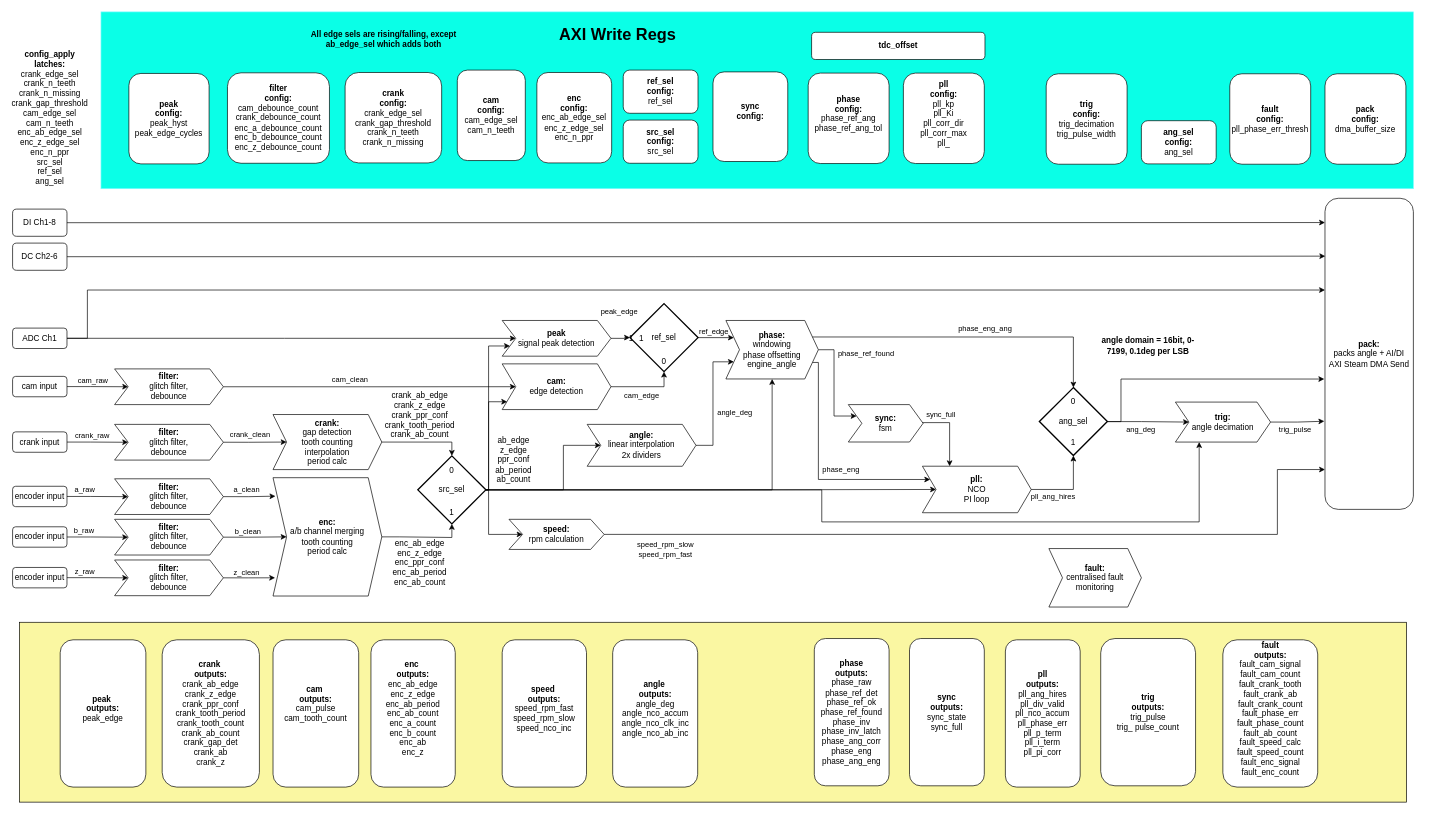
Earlier version of the draw.io diagram docs/System Diagram.drawio (eddnshoulders/Angus). Source tidied: cells renumbered, new cells numbered last; positions are measured from the earlier drawing's top-left corner, leaving out a move shared by most shapes. Both pictures are drawn from the tidied source at 68%, with x=0, y=0 at pixel (12, 12).
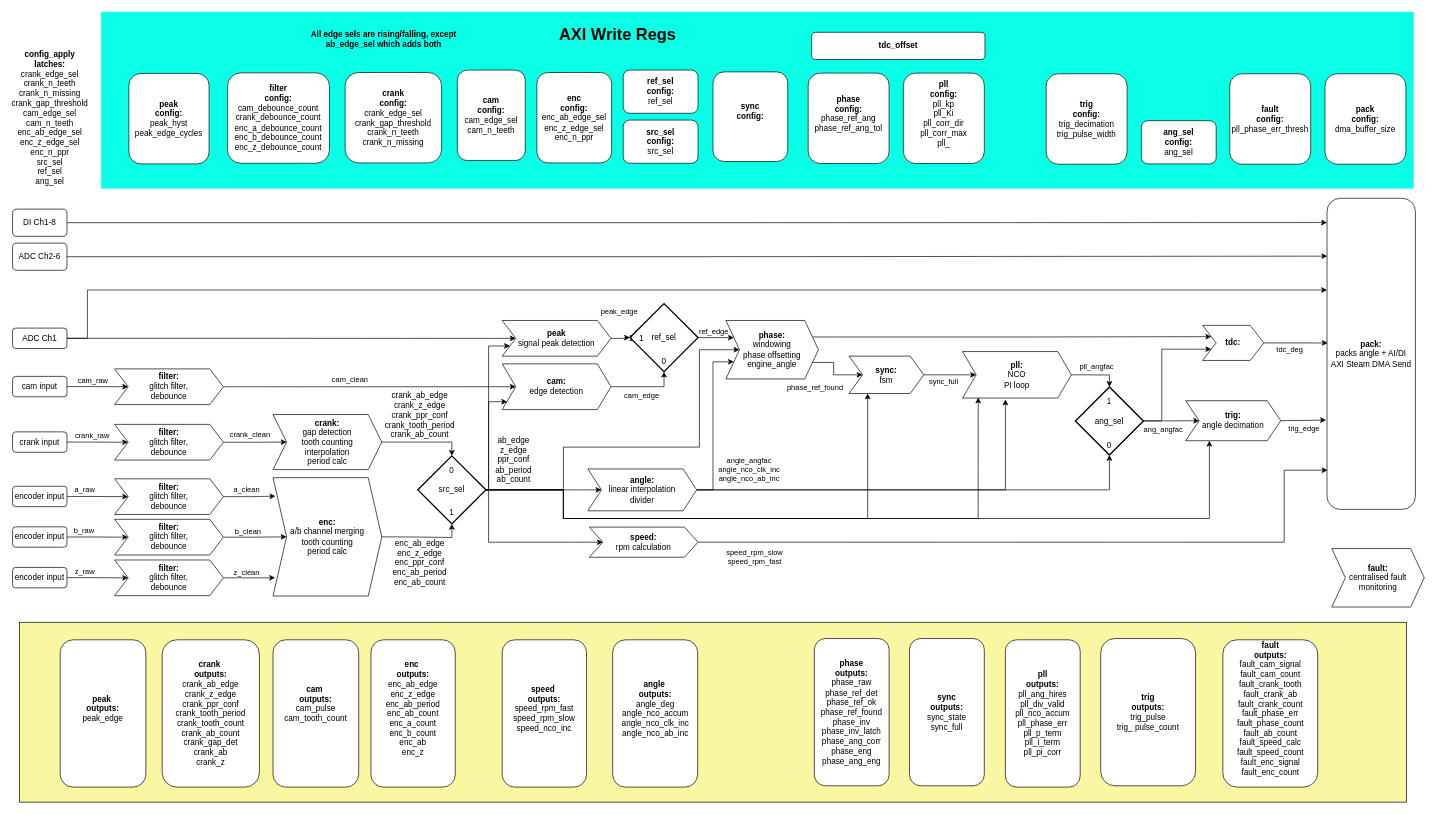
The same diagram, later.

Unchanged cells that the change refers to:
```xml
<mxCell id="22" value="&lt;div&gt;&lt;b&gt;phase:&lt;/b&gt;&lt;/div&gt;&lt;div&gt;windowing&lt;br&gt;phase offsetting&lt;/div&gt;&lt;div&gt;engine_angle&lt;/div&gt;" style="shape=step;perimeter=stepPerimeter;whiteSpace=wrap;html=1;fixedSize=1;" parent="1" vertex="1">
  <mxGeometry x="1049" y="453.8" width="136" height="86" as="geometry" />
</mxCell>
<mxCell id="26" value="&lt;b&gt;peak&lt;/b&gt;&lt;div&gt;signal peak detection&lt;/div&gt;" style="shape=step;perimeter=stepPerimeter;whiteSpace=wrap;html=1;fixedSize=1;" parent="1" vertex="1">
  <mxGeometry x="720" y="453.8" width="160" height="52.5" as="geometry" />
</mxCell>
<mxCell id="93" value="src_sel" style="strokeWidth=2;html=1;shape=mxgraph.flowchart.decision;whiteSpace=wrap;" parent="1" vertex="1">
  <mxGeometry x="596" y="652.9" width="100" height="100" as="geometry" />
</mxCell>
<mxCell id="106" style="edgeStyle=orthogonalEdgeStyle;rounded=0;jettySize=auto;html=1;exitX=1;exitY=0.5;exitDx=0;exitDy=0;exitPerimeter=0;entryX=0;entryY=0.5;entryDx=0;entryDy=0;" parent="1" edge="1" source="108" target="63">
  <mxGeometry relative="1" as="geometry" />
</mxCell>
```

Diff of the diagram source:
```diff
@@
-    <mxCell id="18" style="edgeStyle=orthogonalEdgeStyle;rounded=0;jettySize=auto;html=1;exitX=1;exitY=0.5;exitDx=0;exitDy=0;entryX=0;entryY=0.25;entryDx=0;entryDy=0;" parent="1" edge="1" source="22" target="75">
-      <mxGeometry relative="1" as="geometry">
-        <Array as="points">
-          <mxPoint x="1208" y="497" />
-          <mxPoint x="1208" y="594" />
-        </Array>
-      </mxGeometry>
+    <mxCell id="18" style="edgeStyle=orthogonalEdgeStyle;rounded=0;jettySize=auto;html=1;exitX=1;exitY=0.75;exitDx=0;exitDy=0;entryX=0;entryY=0.5;entryDx=0;entryDy=0;" parent="1" edge="1" source="22" target="75">
+      <mxGeometry relative="1" as="geometry" />
     </mxCell>
-    <mxCell id="19" value="&lt;div&gt;phase_ref_found&lt;/div&gt;&lt;div&gt;&lt;br&gt;&lt;/div&gt;" style="edgeLabel;html=1;align=center;verticalAlign=middle;" parent="18" vertex="1">
-      <mxGeometry x="-0.38" y="3" relative="1" as="geometry">
-        <mxPoint x="43" y="-12" as="offset" />
+    <mxCell id="19" value="phase_ref_found" style="edgeLabel;html=1;align=center;verticalAlign=middle;" parent="18" vertex="1">
+      <mxGeometry relative="1" as="geometry">
+        <mxPoint x="-28" y="21" as="offset" />
       </mxGeometry>
     </mxCell>
-    <mxCell id="20" style="edgeStyle=orthogonalEdgeStyle;rounded=0;jettySize=auto;html=1;exitX=1;exitY=0.75;exitDx=0;exitDy=0;entryX=0;entryY=0.25;entryDx=0;entryDy=0;" parent="1" edge="1" source="22" target="62">
-      <mxGeometry relative="1" as="geometry">
-        <Array as="points">
-          <mxPoint x="1185" y="688" />
-        </Array>
-      </mxGeometry>
-    </mxCell>
-    <mxCell id="21" value="phase_eng" style="edgeLabel;html=1;align=center;verticalAlign=middle;" parent="20" vertex="1">
-      <mxGeometry x="-0.25" relative="1" as="geometry">
-        <mxPoint x="32" y="37" as="offset" />
-      </mxGeometry>
-    </mxCell>
+    <mxCell id="130" style="edgeStyle=orthogonalEdgeStyle;rounded=0;jettySize=auto;html=1;exitX=1;exitY=0.25;exitDx=0;exitDy=0;entryX=0;entryY=0.25;entryDx=0;entryDy=0;" parent="1" edge="1" source="22" target="135">
+      <mxGeometry relative="1" as="geometry" />
+    </mxCell>
@@
     <mxCell id="59" style="edgeStyle=orthogonalEdgeStyle;rounded=0;jettySize=auto;html=1;exitX=1;exitY=0.5;exitDx=0;exitDy=0;entryX=0;entryY=0.75;entryDx=0;entryDy=0;" parent="1" edge="1" source="61" target="22">
       <mxGeometry relative="1" as="geometry">
         <Array as="points">
-          <mxPoint x="1030" y="637" />
-          <mxPoint x="1030" y="514" />
+          <mxPoint x="1030" y="703" />
+          <mxPoint x="1030" y="515" />
         </Array>
       </mxGeometry>
     </mxCell>
-    <mxCell id="60" value="angle_deg" style="edgeLabel;html=1;align=center;verticalAlign=middle;" parent="59" vertex="1">
+    <mxCell id="60" value="angle_angfac&lt;br&gt;angle_nco_clk_inc&lt;div&gt;angle_nco_ab_inc&lt;/div&gt;" style="edgeLabel;html=1;align=center;verticalAlign=middle;" parent="59" vertex="1">
       <mxGeometry x="-0.09" relative="1" as="geometry">
-        <mxPoint x="31" y="7" as="offset" />
+        <mxPoint x="52" y="57" as="offset" />
       </mxGeometry>
     </mxCell>
-    <mxCell id="61" value="&lt;b&gt;angle:&lt;/b&gt;&lt;br&gt;linear interpolation&lt;div&gt;2x dividers&lt;/div&gt;" style="shape=step;perimeter=stepPerimeter;whiteSpace=wrap;html=1;fixedSize=1;" parent="1" vertex="1">
-      <mxGeometry x="845" y="606.6" width="160" height="61.6" as="geometry" />
+    <mxCell id="61" value="&lt;b&gt;angle:&lt;/b&gt;&lt;br&gt;linear interpolation&lt;div&gt;divider&lt;/div&gt;" style="shape=step;perimeter=stepPerimeter;whiteSpace=wrap;html=1;fixedSize=1;" parent="1" vertex="1">
+      <mxGeometry x="846" y="672.1" width="160" height="61.6" as="geometry" />
     </mxCell>
     <mxCell id="62" value="&lt;b&gt;pll:&lt;/b&gt;&lt;br&gt;&lt;div&gt;NCO&lt;div&gt;PI loop&lt;/div&gt;&lt;/div&gt;" style="shape=step;perimeter=stepPerimeter;whiteSpace=wrap;html=1;fixedSize=1;" parent="1" vertex="1">
-      <mxGeometry x="1338" y="668.1" width="160" height="68.4" as="geometry" />
+      <mxGeometry x="1397" y="499.5" width="160" height="68.4" as="geometry" />
     </mxCell>
     <mxCell id="63" value="&lt;b&gt;trig:&lt;br&gt;&lt;/b&gt;&lt;div&gt;angle decimation&lt;/div&gt;" style="shape=step;perimeter=stepPerimeter;whiteSpace=wrap;html=1;fixedSize=1;" parent="1" vertex="1">
-      <mxGeometry x="1710" y="573.8" width="140" height="58.8" as="geometry" />
+      <mxGeometry x="1725" y="571.8" width="140" height="58.8" as="geometry" />
     </mxCell>
-    <mxCell id="64" value="DC Ch2-6" style="rounded=1;whiteSpace=wrap;html=1;" parent="1" vertex="1">
+    <mxCell id="64" value="ADC Ch2-6" style="rounded=1;whiteSpace=wrap;html=1;" parent="1" vertex="1">
       <mxGeometry y="340" width="80" height="40" as="geometry" />
     </mxCell>
@@
     <mxCell id="66" value="&lt;b&gt;pack:&lt;/b&gt;&lt;div&gt;packs angle + AI/DI&lt;/div&gt;&lt;div&gt;AXI Steam DMA Send&lt;/div&gt;" style="rounded=1;whiteSpace=wrap;html=1;" parent="1" vertex="1">
-      <mxGeometry x="1930" y="274.1" width="130" height="457.5" as="geometry" />
+      <mxGeometry x="1933" y="274.1" width="130" height="457.5" as="geometry" />
     </mxCell>
@@
-    <mxCell id="68" style="edgeStyle=orthogonalEdgeStyle;rounded=0;jettySize=auto;html=1;exitX=1;exitY=0.5;exitDx=0;exitDy=0;" parent="1" edge="1" source="63">
+    <mxCell id="68" style="edgeStyle=orthogonalEdgeStyle;rounded=0;jettySize=auto;html=1;exitX=1;exitY=0.5;exitDx=0;exitDy=0;entryX=-0.011;entryY=0.713;entryDx=0;entryDy=0;entryPerimeter=0;" parent="1" edge="1" source="63" target="66">
       <mxGeometry relative="1" as="geometry">
-        <mxPoint x="1929" y="602" as="targetPoint" />
+        <Array as="points">
+          <mxPoint x="1865" y="600" />
+          <mxPoint x="1932" y="600" />
+        </Array>
       </mxGeometry>
     </mxCell>
-    <mxCell id="69" value="trig_pulse" style="edgeLabel;html=1;align=center;verticalAlign=middle;" parent="68" vertex="1">
+    <mxCell id="69" value="trig_edge" style="edgeLabel;html=1;align=center;verticalAlign=middle;" parent="68" vertex="1">
       <mxGeometry x="-0.25" y="-1" relative="1" as="geometry">
-        <mxPoint x="5" y="10" as="offset" />
+        <mxPoint x="9" y="11" as="offset" />
       </mxGeometry>
     </mxCell>
-    <mxCell id="70" style="edgeStyle=orthogonalEdgeStyle;rounded=0;jettySize=auto;html=1;exitX=1;exitY=0.5;exitDx=0;exitDy=0;entryX=0.5;entryY=1;entryDx=0;entryDy=0;entryPerimeter=0;" parent="1" edge="1" source="62" target="108">
-      <mxGeometry relative="1" as="geometry">
-        <Array as="points">
-          <mxPoint x="1560" y="702" />
-        </Array>
-      </mxGeometry>
-    </mxCell>
-    <mxCell id="71" value="pll_ang_hires" style="edgeLabel;html=1;align=center;verticalAlign=middle;" parent="70" vertex="1">
-      <mxGeometry x="-0.1" y="1" relative="1" as="geometry">
-        <mxPoint x="-19" y="11" as="offset" />
-      </mxGeometry>
-    </mxCell>
@@
-    <mxCell id="73" style="edgeStyle=orthogonalEdgeStyle;rounded=0;jettySize=auto;html=1;exitX=1;exitY=0.5;exitDx=0;exitDy=0;entryX=0.25;entryY=0;entryDx=0;entryDy=0;" parent="1" edge="1" source="75" target="62">
-      <mxGeometry relative="1" as="geometry">
-        <Array as="points">
-          <mxPoint x="1308" y="604" />
-          <mxPoint x="1378" y="604" />
-        </Array>
-      </mxGeometry>
+    <mxCell id="73" style="edgeStyle=orthogonalEdgeStyle;rounded=0;jettySize=auto;html=1;exitX=1;exitY=0.5;exitDx=0;exitDy=0;" parent="1" edge="1" source="75" target="62">
+      <mxGeometry relative="1" as="geometry" />
     </mxCell>
-    <mxCell id="74" value="sync_full" style="edgeLabel;html=1;align=center;verticalAlign=middle;" parent="73" vertex="1">
-      <mxGeometry x="-0.07" y="-1" relative="1" as="geometry">
-        <mxPoint x="11" y="-14" as="offset" />
+    <mxCell id="74" value="&lt;span style=&quot;background-color: rgb(251, 251, 251);&quot;&gt;sync_full&lt;/span&gt;" style="edgeLabel;html=1;align=center;verticalAlign=middle;" parent="73" vertex="1">
+      <mxGeometry x="-0.57" y="2" relative="1" as="geometry">
+        <mxPoint x="11" y="12" as="offset" />
       </mxGeometry>
     </mxCell>
     <mxCell id="75" value="&lt;b&gt;sync:&lt;/b&gt;&lt;br&gt;fsm" style="shape=step;perimeter=stepPerimeter;whiteSpace=wrap;html=1;fixedSize=1;" parent="1" vertex="1">
-      <mxGeometry x="1229" y="577.5" width="110" height="55" as="geometry" />
+      <mxGeometry x="1230" y="506.2" width="110" height="55" as="geometry" />
     </mxCell>
@@
+    <mxCell id="89" style="edgeStyle=orthogonalEdgeStyle;rounded=0;jettySize=auto;html=1;exitX=1;exitY=0.5;exitDx=0;exitDy=0;exitPerimeter=0;entryX=0;entryY=0.5;entryDx=0;entryDy=0;" parent="1" edge="1" source="93" target="61">
+      <mxGeometry relative="1" as="geometry">
+        <Array as="points">
+          <mxPoint x="840" y="703" />
+          <mxPoint x="840" y="703" />
+        </Array>
+      </mxGeometry>
+    </mxCell>
+    <mxCell id="92" style="edgeStyle=orthogonalEdgeStyle;rounded=0;jettySize=auto;html=1;exitX=1;exitY=0.5;exitDx=0;exitDy=0;exitPerimeter=0;entryX=0;entryY=0.75;entryDx=0;entryDy=0;" parent="1" edge="1" source="93" target="26">
+      <mxGeometry relative="1" as="geometry">
+        <Array as="points">
+          <mxPoint x="700" y="703" />
+          <mxPoint x="700" y="491" />
+        </Array>
+      </mxGeometry>
+    </mxCell>
+    <mxCell id="90" style="edgeStyle=orthogonalEdgeStyle;rounded=0;jettySize=auto;html=1;exitX=1;exitY=0.5;exitDx=0;exitDy=0;exitPerimeter=0;entryX=0;entryY=0.5;entryDx=0;entryDy=0;" parent="1" edge="1" source="93" target="22">
+      <mxGeometry relative="1" as="geometry">
+        <Array as="points">
+          <mxPoint x="810" y="703" />
+          <mxPoint x="810" y="640" />
+          <mxPoint x="1010" y="640" />
+          <mxPoint x="1010" y="497" />
+        </Array>
+      </mxGeometry>
+    </mxCell>
-    <mxCell id="88" style="edgeStyle=orthogonalEdgeStyle;rounded=0;jettySize=auto;html=1;exitX=1;exitY=0.5;exitDx=0;exitDy=0;exitPerimeter=0;entryX=0;entryY=0.5;entryDx=0;entryDy=0;" parent="1" edge="1" source="93" target="62">
-      <mxGeometry relative="1" as="geometry" />
+    <mxCell id="88" style="edgeStyle=orthogonalEdgeStyle;rounded=0;jettySize=auto;html=1;exitX=1;exitY=0.5;exitDx=0;exitDy=0;exitPerimeter=0;entryX=0.144;entryY=0.987;entryDx=0;entryDy=0;entryPerimeter=0;" parent="1" edge="1" source="93" target="62">
+      <mxGeometry relative="1" as="geometry">
+        <Array as="points">
+          <mxPoint x="810" y="703" />
+          <mxPoint x="810" y="745" />
+          <mxPoint x="1420" y="745" />
+        </Array>
+      </mxGeometry>
     </mxCell>
-    <mxCell id="89" style="edgeStyle=orthogonalEdgeStyle;rounded=0;jettySize=auto;html=1;exitX=1;exitY=0.5;exitDx=0;exitDy=0;exitPerimeter=0;entryX=0;entryY=0.5;entryDx=0;entryDy=0;" parent="1" edge="1" source="93" target="61">
-      <mxGeometry relative="1" as="geometry">
-        <Array as="points">
-          <mxPoint x="810" y="703" />
-          <mxPoint x="810" y="637" />
-        </Array>
-      </mxGeometry>
-    </mxCell>
-    <mxCell id="90" style="edgeStyle=orthogonalEdgeStyle;rounded=0;jettySize=auto;html=1;exitX=1;exitY=0.5;exitDx=0;exitDy=0;exitPerimeter=0;entryX=0.5;entryY=1;entryDx=0;entryDy=0;" parent="1" edge="1" source="93" target="22">
-      <mxGeometry relative="1" as="geometry" />
-    </mxCell>
+    <mxCell id="131" style="edgeStyle=orthogonalEdgeStyle;rounded=0;jettySize=auto;html=1;exitX=1;exitY=0.5;exitDx=0;exitDy=0;exitPerimeter=0;entryX=0.25;entryY=1;entryDx=0;entryDy=0;" parent="1" edge="1" source="93" target="75">
+      <mxGeometry relative="1" as="geometry">
+        <Array as="points">
+          <mxPoint x="810" y="703" />
+          <mxPoint x="810" y="745" />
+          <mxPoint x="1258" y="745" />
+        </Array>
+      </mxGeometry>
+    </mxCell>
     <mxCell id="91" style="edgeStyle=orthogonalEdgeStyle;rounded=0;jettySize=auto;html=1;exitX=1;exitY=0.5;exitDx=0;exitDy=0;exitPerimeter=0;entryX=0.25;entryY=1;entryDx=0;entryDy=0;" parent="1" edge="1" source="93" target="63">
       <mxGeometry relative="1" as="geometry">
         <Array as="points">
-          <mxPoint x="1190" y="703" />
-          <mxPoint x="1190" y="750" />
-          <mxPoint x="1745" y="750" />
+          <mxPoint x="810" y="703" />
+          <mxPoint x="810" y="745" />
+          <mxPoint x="1760" y="745" />
         </Array>
       </mxGeometry>
     </mxCell>
-    <mxCell id="92" style="edgeStyle=orthogonalEdgeStyle;rounded=0;jettySize=auto;html=1;exitX=1;exitY=0.5;exitDx=0;exitDy=0;exitPerimeter=0;entryX=0;entryY=0.75;entryDx=0;entryDy=0;" parent="1" edge="1" source="93" target="26">
-      <mxGeometry relative="1" as="geometry">
-        <Array as="points">
-          <mxPoint x="700" y="703" />
-          <mxPoint x="700" y="491" />
-        </Array>
-      </mxGeometry>
-    </mxCell>
@@
     <mxCell id="104" value="&lt;b&gt;speed:&lt;/b&gt;&lt;br&gt;rpm calculation" style="shape=step;perimeter=stepPerimeter;whiteSpace=wrap;html=1;fixedSize=1;" parent="1" vertex="1">
-      <mxGeometry x="730" y="746.2" width="140" height="44.3" as="geometry" />
+      <mxGeometry x="848" y="757.7" width="160" height="44.3" as="geometry" />
     </mxCell>
     <mxCell id="105" style="edgeStyle=orthogonalEdgeStyle;rounded=0;jettySize=auto;html=1;exitX=1;exitY=0.5;exitDx=0;exitDy=0;exitPerimeter=0;entryX=0;entryY=0.5;entryDx=0;entryDy=0;" parent="1" edge="1" source="93" target="104">
       <mxGeometry relative="1" as="geometry">
         <Array as="points">
           <mxPoint x="700" y="703" />
-          <mxPoint x="700" y="769" />
+          <mxPoint x="700" y="780" />
         </Array>
       </mxGeometry>
     </mxCell>
@@
-    <mxCell id="107" value="ang_deg" style="edgeLabel;html=1;align=center;verticalAlign=middle;" parent="106" vertex="1">
+    <mxCell id="107" value="ang_angfac" style="edgeLabel;html=1;align=center;verticalAlign=middle;" parent="106" vertex="1">
       <mxGeometry x="-0.48" relative="1" as="geometry">
-        <mxPoint x="17" y="12" as="offset" />
+        <mxPoint x="7" y="13" as="offset" />
       </mxGeometry>
     </mxCell>
+    <mxCell id="132" style="edgeStyle=orthogonalEdgeStyle;rounded=0;jettySize=auto;html=1;exitX=1;exitY=0.5;exitDx=0;exitDy=0;exitPerimeter=0;entryX=0;entryY=0.75;entryDx=0;entryDy=0;" parent="1" edge="1" source="108" target="135">
+      <mxGeometry relative="1" as="geometry">
+        <Array as="points">
+          <mxPoint x="1690" y="602" />
+          <mxPoint x="1690" y="496" />
+        </Array>
+      </mxGeometry>
+    </mxCell>
     <mxCell id="108" value="ang_sel" style="strokeWidth=2;html=1;shape=mxgraph.flowchart.decision;whiteSpace=wrap;" parent="1" vertex="1">
-      <mxGeometry x="1510" y="552.5" width="100" height="100" as="geometry" />
+      <mxGeometry x="1563" y="551.5" width="100" height="100" as="geometry" />
     </mxCell>
-    <mxCell id="109" style="edgeStyle=orthogonalEdgeStyle;rounded=0;jettySize=auto;html=1;exitX=1;exitY=0.25;exitDx=0;exitDy=0;entryX=0.5;entryY=0;entryDx=0;entryDy=0;entryPerimeter=0;" parent="1" edge="1" source="22" target="108">
-      <mxGeometry relative="1" as="geometry" />
-    </mxCell>
-    <mxCell id="110" value="phase_eng_ang" style="edgeLabel;html=1;align=center;verticalAlign=middle;" parent="109" vertex="1">
-      <mxGeometry x="0.04" y="1" relative="1" as="geometry">
-        <mxPoint x="15" y="-12" as="offset" />
-      </mxGeometry>
-    </mxCell>
-    <mxCell id="111" value="&lt;b&gt;angle domain = 16bit, 0-7199, 0.1deg per LSB&lt;/b&gt;" style="text;html=1;align=center;verticalAlign=middle;whiteSpace=wrap;rounded=0;" parent="1" vertex="1">
-      <mxGeometry x="1590" y="476.2" width="160" height="30" as="geometry" />
-    </mxCell>
@@
-    <mxCell id="113" style="edgeStyle=orthogonalEdgeStyle;rounded=0;jettySize=auto;html=1;exitX=1;exitY=0.5;exitDx=0;exitDy=0;exitPerimeter=0;entryX=-0.008;entryY=0.581;entryDx=0;entryDy=0;entryPerimeter=0;" parent="1" edge="1" source="108" target="66">
-      <mxGeometry relative="1" as="geometry">
-        <Array as="points">
-          <mxPoint x="1630" y="603" />
-          <mxPoint x="1630" y="540" />
-        </Array>
-      </mxGeometry>
-    </mxCell>
-    <mxCell id="114" style="edgeStyle=orthogonalEdgeStyle;rounded=0;jettySize=auto;html=1;exitX=1;exitY=0.5;exitDx=0;exitDy=0;" parent="1" edge="1" source="104">
+    <mxCell id="114" style="edgeStyle=orthogonalEdgeStyle;rounded=0;jettySize=auto;html=1;exitX=1;exitY=0.5;exitDx=0;exitDy=0;entryX=0.006;entryY=0.874;entryDx=0;entryDy=0;entryPerimeter=0;" parent="1" edge="1" source="104" target="66">
       <mxGeometry relative="1" as="geometry">
-        <mxPoint x="1930" y="673" as="targetPoint" />
         <Array as="points">
-          <mxPoint x="1860" y="768" />
-          <mxPoint x="1860" y="673" />
+          <mxPoint x="1870" y="780" />
+          <mxPoint x="1870" y="674" />
         </Array>
       </mxGeometry>
     </mxCell>
@@
     <mxCell id="117" value="&lt;div&gt;&lt;b&gt;fault:&lt;/b&gt;&lt;/div&gt;&lt;div&gt;centralised fault monitoring&lt;/div&gt;" style="shape=step;perimeter=stepPerimeter;whiteSpace=wrap;html=1;fixedSize=1;" parent="1" vertex="1">
-      <mxGeometry x="1524" y="789.2" width="136" height="86" as="geometry" />
+      <mxGeometry x="1940" y="789.2" width="136" height="86" as="geometry" />
     </mxCell>
@@
     <mxCell id="125" value="0" style="text;html=1;align=center;verticalAlign=middle;whiteSpace=wrap;rounded=0;" parent="1" vertex="1">
-      <mxGeometry x="1550" y="562.9" width="20" height="20" as="geometry" />
+      <mxGeometry x="1603" y="627.6" width="20" height="20" as="geometry" />
     </mxCell>
     <mxCell id="126" value="1" style="text;html=1;align=center;verticalAlign=middle;whiteSpace=wrap;rounded=0;" parent="1" vertex="1">
-      <mxGeometry x="1550" y="622.6" width="20" height="20" as="geometry" />
+      <mxGeometry x="1603" y="562.5" width="20" height="20" as="geometry" />
     </mxCell>
@@
+    <mxCell id="70" style="edgeStyle=orthogonalEdgeStyle;rounded=0;jettySize=auto;html=1;exitX=1;exitY=0.5;exitDx=0;exitDy=0;entryX=0.5;entryY=0;entryDx=0;entryDy=0;entryPerimeter=0;" parent="1" edge="1" source="62" target="108">
+      <mxGeometry relative="1" as="geometry">
+        <Array as="points">
+          <mxPoint x="1577" y="534" />
+          <mxPoint x="1613" y="534" />
+        </Array>
+      </mxGeometry>
+    </mxCell>
+    <mxCell id="133" value="pll_angfac" style="edgeLabel;html=1;align=center;verticalAlign=middle;" parent="70" vertex="1">
+      <mxGeometry x="-0.05" relative="1" as="geometry">
+        <mxPoint x="2" y="-13" as="offset" />
+      </mxGeometry>
+    </mxCell>
+    <mxCell id="134" style="edgeStyle=orthogonalEdgeStyle;rounded=0;jettySize=auto;html=1;exitX=1;exitY=0.5;exitDx=0;exitDy=0;entryX=0.5;entryY=1;entryDx=0;entryDy=0;entryPerimeter=0;" parent="1" edge="1" source="61" target="108">
+      <mxGeometry relative="1" as="geometry" />
+    </mxCell>
+    <mxCell id="135" value="&lt;b&gt;tdc:&lt;/b&gt;" style="shape=step;perimeter=stepPerimeter;whiteSpace=wrap;html=1;fixedSize=1;" parent="1" vertex="1">
+      <mxGeometry x="1750" y="461" width="90" height="51.6" as="geometry" />
+    </mxCell>
+    <mxCell id="136" style="edgeStyle=orthogonalEdgeStyle;rounded=0;jettySize=auto;html=1;exitX=1;exitY=0.5;exitDx=0;exitDy=0;entryX=0.008;entryY=0.465;entryDx=0;entryDy=0;entryPerimeter=0;" parent="1" edge="1" source="135" target="66">
+      <mxGeometry relative="1" as="geometry" />
+    </mxCell>
+    <mxCell id="137" value="tdc_deg" style="edgeLabel;html=1;align=center;verticalAlign=middle;" parent="136" vertex="1">
+      <mxGeometry x="-0.19" relative="1" as="geometry">
+        <mxPoint y="10" as="offset" />
+      </mxGeometry>
+    </mxCell>
+    <mxCell id="138" style="edgeStyle=orthogonalEdgeStyle;rounded=0;jettySize=auto;html=1;exitX=1;exitY=0.5;exitDx=0;exitDy=0;entryX=0.394;entryY=1.031;entryDx=0;entryDy=0;entryPerimeter=0;" parent="1" edge="1" source="61" target="62">
+      <mxGeometry relative="1" as="geometry" />
+    </mxCell>
```
